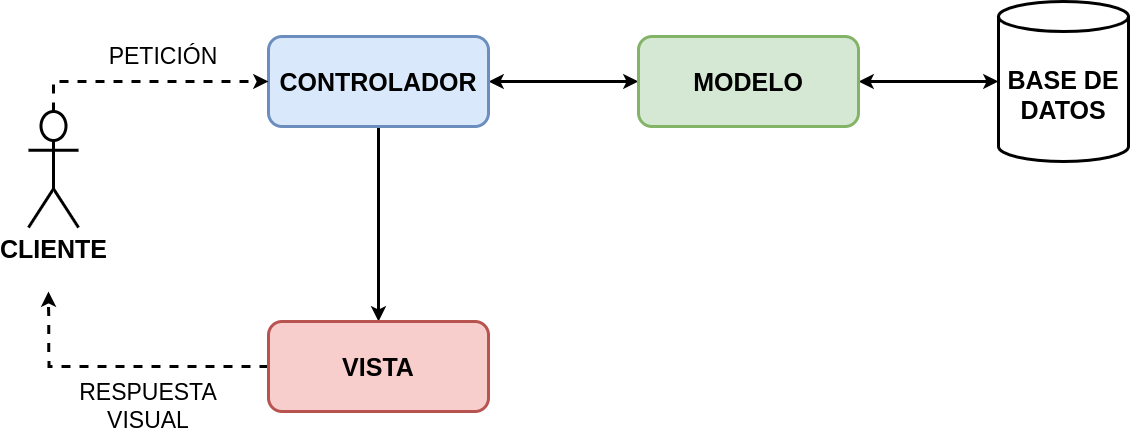
Above: templateAPP/input/resources/images/cap3_arquitectura-mvc.png in TFG-SGM/memoria (draw.io), before the change. Source tidied: cells renumbered, new cells last; positions are measured from the earlier drawing's top-left corner, leaving out a move shared by most shapes.
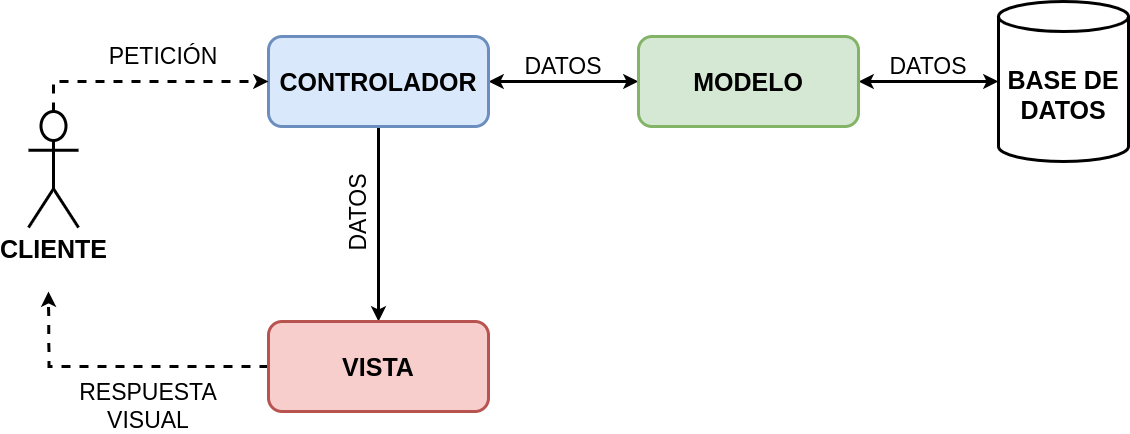
After the change.

The edit, as a diff of the source:
```diff
@@ -40,5 +40,14 @@
     <mxCell id="13" value="&lt;b&gt;&lt;font style=&quot;font-size: 25px;&quot;&gt;BASE DE DATOS&lt;/font&gt;&lt;/b&gt;" style="shape=cylinder3;whiteSpace=wrap;html=1;boundedLbl=1;backgroundOutline=1;size=15;strokeWidth=3;" parent="1" vertex="1">
       <mxGeometry x="970" width="130" height="160" as="geometry" />
     </mxCell>
+    <mxCell id="14" value="&lt;font style=&quot;font-size: 23px;&quot;&gt;DATOS&lt;/font&gt;" style="text;html=1;strokeColor=none;fillColor=none;align=center;verticalAlign=middle;whiteSpace=wrap;rounded=0;rotation=-90;" parent="1" vertex="1">
+      <mxGeometry x="290" y="196" width="80" height="30" as="geometry" />
+    </mxCell>
+    <mxCell id="15" value="&lt;font style=&quot;font-size: 23px;&quot;&gt;DATOS&lt;/font&gt;" style="text;html=1;strokeColor=none;fillColor=none;align=center;verticalAlign=middle;whiteSpace=wrap;rounded=0;rotation=0;" parent="1" vertex="1">
+      <mxGeometry x="495" y="50" width="80" height="30" as="geometry" />
+    </mxCell>
+    <mxCell id="16" value="&lt;font style=&quot;font-size: 23px;&quot;&gt;DATOS&lt;/font&gt;" style="text;html=1;strokeColor=none;fillColor=none;align=center;verticalAlign=middle;whiteSpace=wrap;rounded=0;rotation=0;" parent="1" vertex="1">
+      <mxGeometry x="860" y="50" width="80" height="30" as="geometry" />
+    </mxCell>
   </root>
 </mxGraphModel>
```
